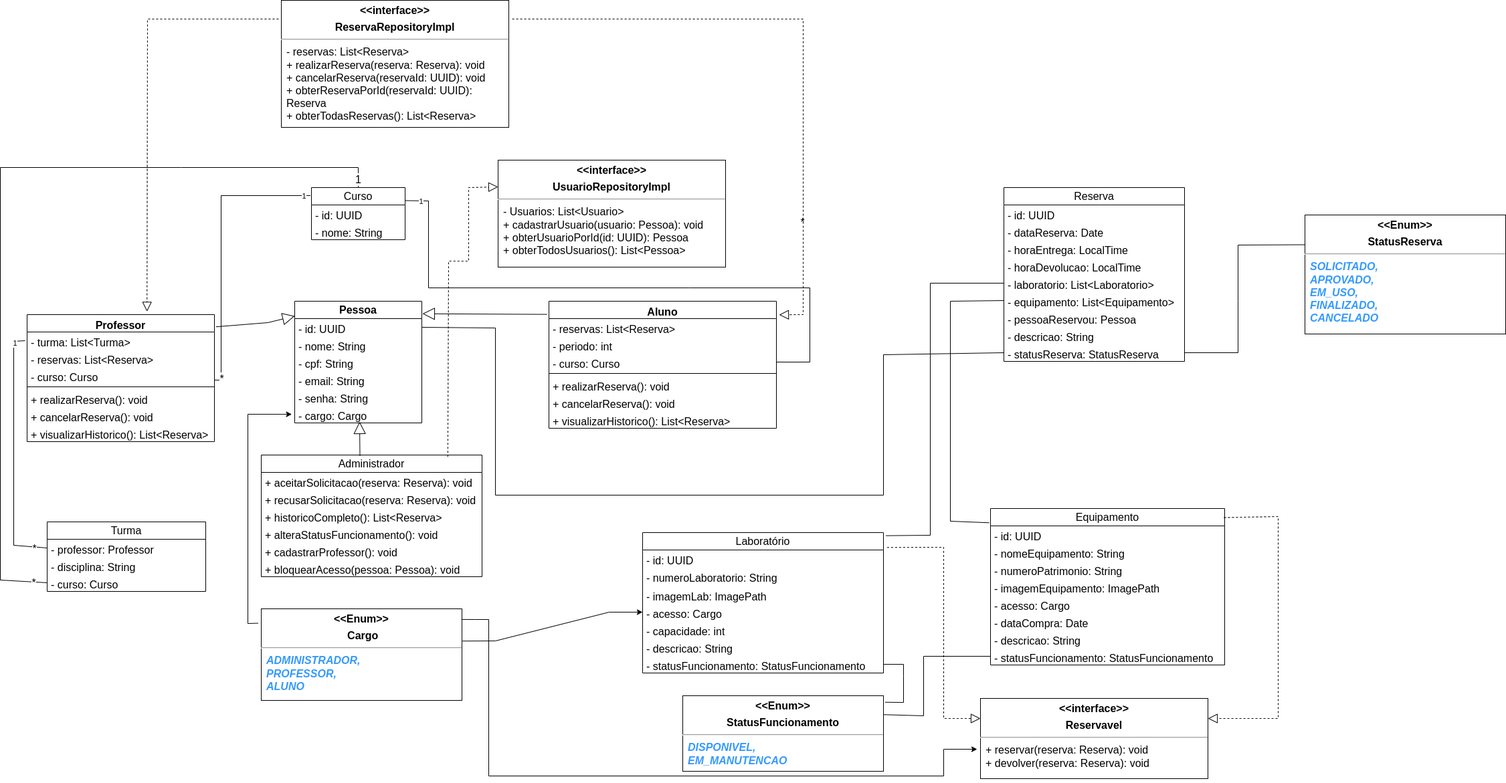
Above: Diagrama de classe.png in luisfelipe03/Reserva (draw.io), before the change. Source tidied: cells renumbered, new cells last; positions are measured from the earlier drawing's top-left corner, leaving out a move shared by most shapes.
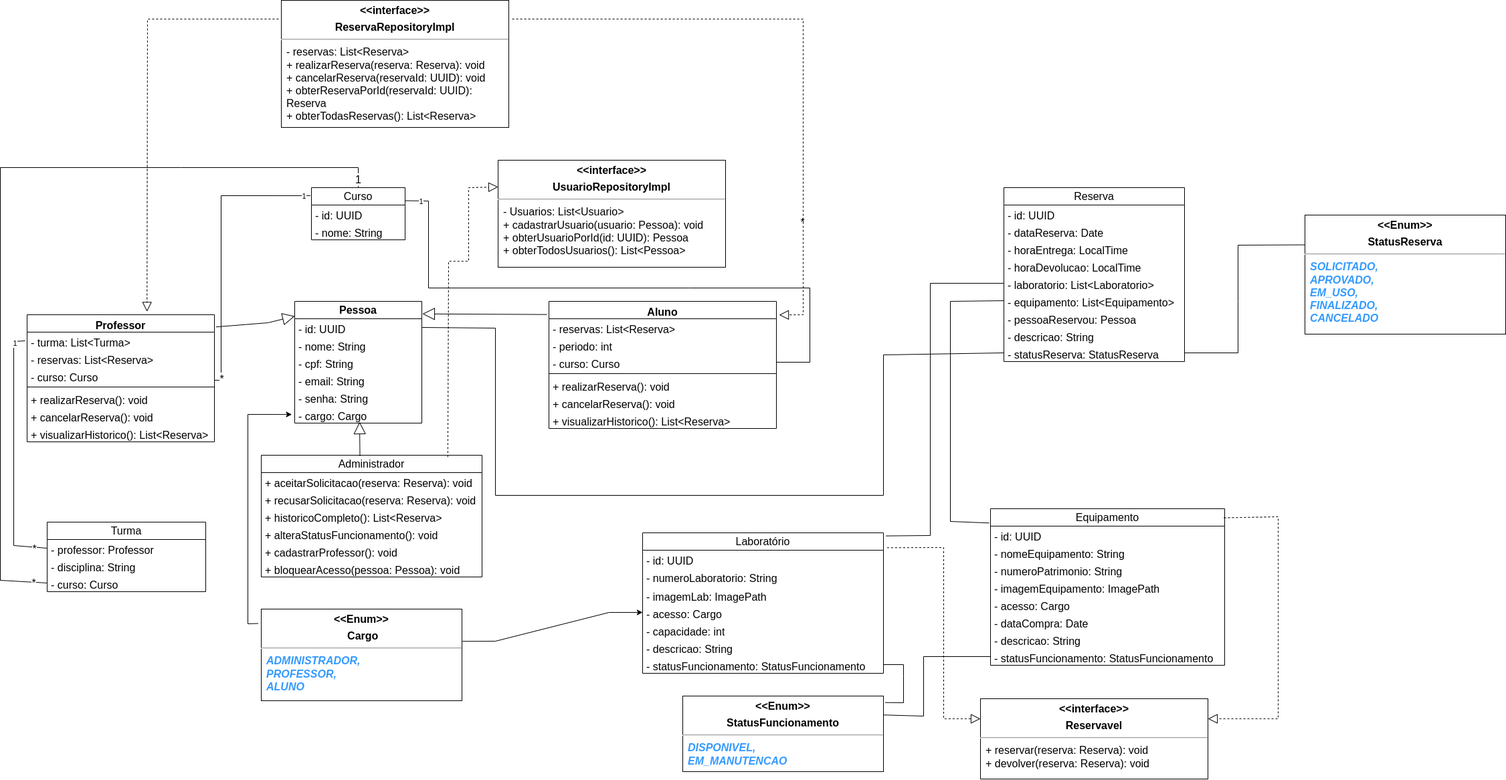
After the commit.

What changed in the source:
```diff
@@ -259,18 +259,6 @@
         </Array>
       </mxGeometry>
     </mxCell>
-    <mxCell id="71" style="endArrow=classic;html=1;rounded=0;exitX=0.998;exitY=0.116;exitDx=0;exitDy=0;exitPerimeter=0;endFill=1;" parent="1" edge="1" source="21">
-      <mxGeometry relative="1" as="geometry">
-        <mxPoint x="1460" y="1120" as="targetPoint" />
-        <Array as="points">
-          <mxPoint x="710" y="926" />
-          <mxPoint x="730" y="926" />
-          <mxPoint x="730" y="1160" />
-          <mxPoint x="1410" y="1160" />
-          <mxPoint x="1410" y="1120" />
-        </Array>
-      </mxGeometry>
-    </mxCell>
     <mxCell id="72" style="endArrow=none;html=1;rounded=0;entryX=0;entryY=0.5;entryDx=0;entryDy=0;exitX=1.01;exitY=0.022;exitDx=0;exitDy=0;exitPerimeter=0;" parent="1" edge="1" source="11" target="31">
       <mxGeometry relative="1" as="geometry">
         <Array as="points">
```
